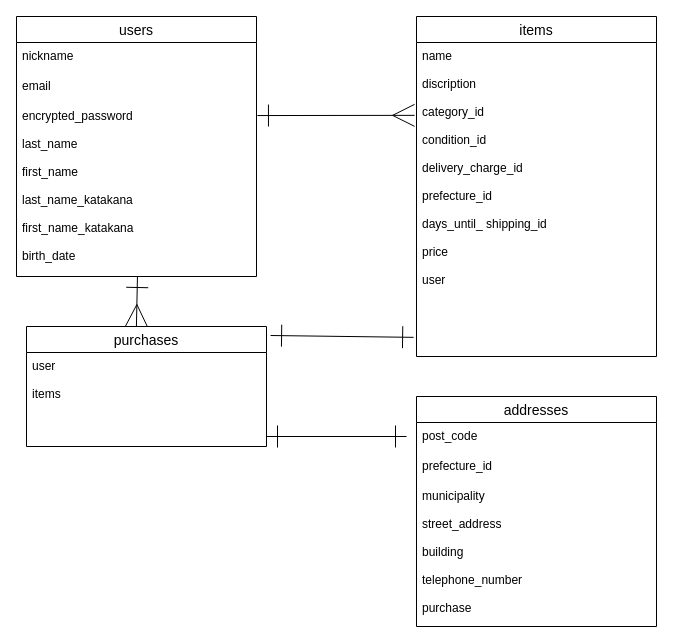
ryo-im/furima-40209 keeps this draw.io diagram as er.dio. Above is the earlier version. Source tidied: cells renumbered, new cells numbered last; positions are measured from the earlier drawing's top-left corner, leaving out a move shared by most shapes. Both pictures are drawn from the tidied source at 100%, with x=0, y=0 at pixel (16, 16).
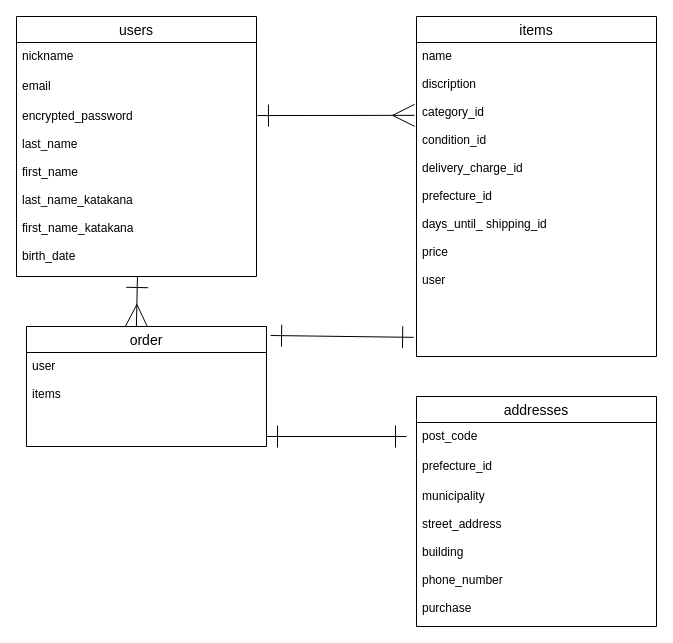
After the change.

Change to the diagram source:
```diff
@@
 <mxGraphModel>
   <root>
     <mxCell id="0" />
     <mxCell id="1" parent="0" />
     <mxCell id="2" style="edgeStyle=none;jumpSize=6;html=1;startArrow=ERone;startFill=0;endArrow=ERmany;endFill=0;startSize=20;endSize=20;entryX=0.458;entryY=0;entryDx=0;entryDy=0;entryPerimeter=0;exitX=0.504;exitY=1;exitDx=0;exitDy=0;exitPerimeter=0;" parent="1" edge="1" source="5" target="9">
       <mxGeometry relative="1" as="geometry" />
     </mxCell>
     <mxCell id="3" value="users" style="swimlane;fontStyle=0;horizontal=1;startSize=26;align=center;fontSize=14;" parent="1" vertex="1">
       <mxGeometry width="240" height="260" as="geometry" />
     </mxCell>
     <mxCell id="4" value="nickname" style="text;strokeColor=none;fillColor=none;spacingLeft=4;spacingRight=4;overflow=hidden;fontSize=12;" parent="3" vertex="1">
       <mxGeometry y="26" width="240" height="30" as="geometry" />
     </mxCell>
     <mxCell id="5" value="email" style="text;strokeColor=none;fillColor=none;spacingLeft=4;spacingRight=4;overflow=hidden;points=[[0,0.5],[1,0.5]];portConstraint=eastwest;fontSize=12;" parent="3" vertex="1">
       <mxGeometry y="56" width="240" height="204" as="geometry" />
     </mxCell>
     <mxCell id="6" value="items" style="swimlane;fontStyle=0;horizontal=1;startSize=26;align=center;fontSize=14;" parent="1" vertex="1">
       <mxGeometry x="400" width="240" height="340" as="geometry" />
     </mxCell>
     <mxCell id="7" value="name&#10;&#10;discription&#10;&#10;category_id&#10;&#10;condition_id&#10;&#10;delivery_charge_id&#10;&#10;prefecture_id&#10;&#10;days_until_ shipping_id&#10;&#10;price&#10;&#10;user&#10;" style="text;strokeColor=none;fillColor=none;spacingLeft=4;spacingRight=4;overflow=hidden;points=[[0,0.5],[1,0.5]];portConstraint=eastwest;fontSize=12;" parent="6" vertex="1">
       <mxGeometry y="26" width="240" height="314" as="geometry" />
     </mxCell>
     <mxCell id="8" style="edgeStyle=none;jumpSize=6;html=1;startArrow=ERone;startFill=0;endArrow=ERone;endFill=0;startSize=20;endSize=20;" parent="1" edge="1">
       <mxGeometry relative="1" as="geometry">
         <mxPoint x="250" y="420" as="sourcePoint" />
         <mxPoint x="390" y="420" as="targetPoint" />
       </mxGeometry>
     </mxCell>
-    <mxCell id="9" value="purchases" style="swimlane;fontStyle=0;horizontal=1;startSize=26;align=center;fontSize=14;" parent="1" vertex="1">
+    <mxCell id="9" value="order" style="swimlane;fontStyle=0;horizontal=1;startSize=26;align=center;fontSize=14;" parent="1" vertex="1">
       <mxGeometry x="10" y="310" width="240" height="120" as="geometry" />
     </mxCell>
     <mxCell id="10" value="user&#10;&#10;items" style="text;strokeColor=none;fillColor=none;spacingLeft=4;spacingRight=4;overflow=hidden;fontSize=12;" parent="9" vertex="1">
       <mxGeometry y="26" width="240" height="94" as="geometry" />
     </mxCell>
     <mxCell id="11" value="addresses" style="swimlane;fontStyle=0;horizontal=1;startSize=26;align=center;fontSize=14;" parent="1" vertex="1">
       <mxGeometry x="400" y="380" width="240" height="230" as="geometry" />
     </mxCell>
     <mxCell id="12" value="post_code&#10;&#10;" style="text;strokeColor=none;fillColor=none;spacingLeft=4;spacingRight=4;overflow=hidden;fontSize=12;" parent="11" vertex="1">
       <mxGeometry y="26" width="240" height="30" as="geometry" />
     </mxCell>
     <mxCell id="13" value="prefecture_id" style="text;strokeColor=none;fillColor=none;spacingLeft=4;spacingRight=4;overflow=hidden;fontSize=12;" parent="11" vertex="1">
       <mxGeometry y="56" width="240" height="30" as="geometry" />
     </mxCell>
-    <mxCell id="14" value="municipality&#10;&#10;street_address&#10;&#10;building&#10;&#10;telephone_number&#10;&#10;purchase" style="text;strokeColor=none;fillColor=none;spacingLeft=4;spacingRight=4;overflow=hidden;fontSize=12;" parent="11" vertex="1">
+    <mxCell id="14" value="municipality&#10;&#10;street_address&#10;&#10;building&#10;&#10;phone_number&#10;&#10;purchase" style="text;strokeColor=none;fillColor=none;spacingLeft=4;spacingRight=4;overflow=hidden;fontSize=12;" parent="11" vertex="1">
       <mxGeometry y="86" width="240" height="144" as="geometry" />
     </mxCell>
     <mxCell id="15" style="edgeStyle=none;html=1;exitX=1.004;exitY=0.075;exitDx=0;exitDy=0;endArrow=ERmany;endFill=0;jumpSize=6;endSize=20;startArrow=ERone;startFill=0;startSize=20;exitPerimeter=0;entryX=-0.008;entryY=0.232;entryDx=0;entryDy=0;entryPerimeter=0;" parent="1" edge="1" source="17" target="7">
       <mxGeometry relative="1" as="geometry" />
     </mxCell>
     <mxCell id="16" style="edgeStyle=none;jumpSize=6;html=1;startArrow=ERone;startFill=0;endArrow=ERone;endFill=0;startSize=20;endSize=20;entryX=-0.012;entryY=0.939;entryDx=0;entryDy=0;entryPerimeter=0;exitX=1.017;exitY=0.075;exitDx=0;exitDy=0;exitPerimeter=0;" parent="1" edge="1" source="9" target="7">
       <mxGeometry relative="1" as="geometry" />
     </mxCell>
     <mxCell id="17" value="encrypted_password&#10;&#10;last_name&#10;&#10;first_name&#10;&#10;last_name_katakana&#10;&#10;first_name_katakana&#10;&#10;birth_date" style="text;strokeColor=none;fillColor=none;spacingLeft=4;spacingRight=4;overflow=hidden;points=[[0,0.5],[1,0.5]];portConstraint=eastwest;fontSize=12;" parent="1" vertex="1">
       <mxGeometry y="86" width="240" height="174" as="geometry" />
     </mxCell>
   </root>
 </mxGraphModel>
```
